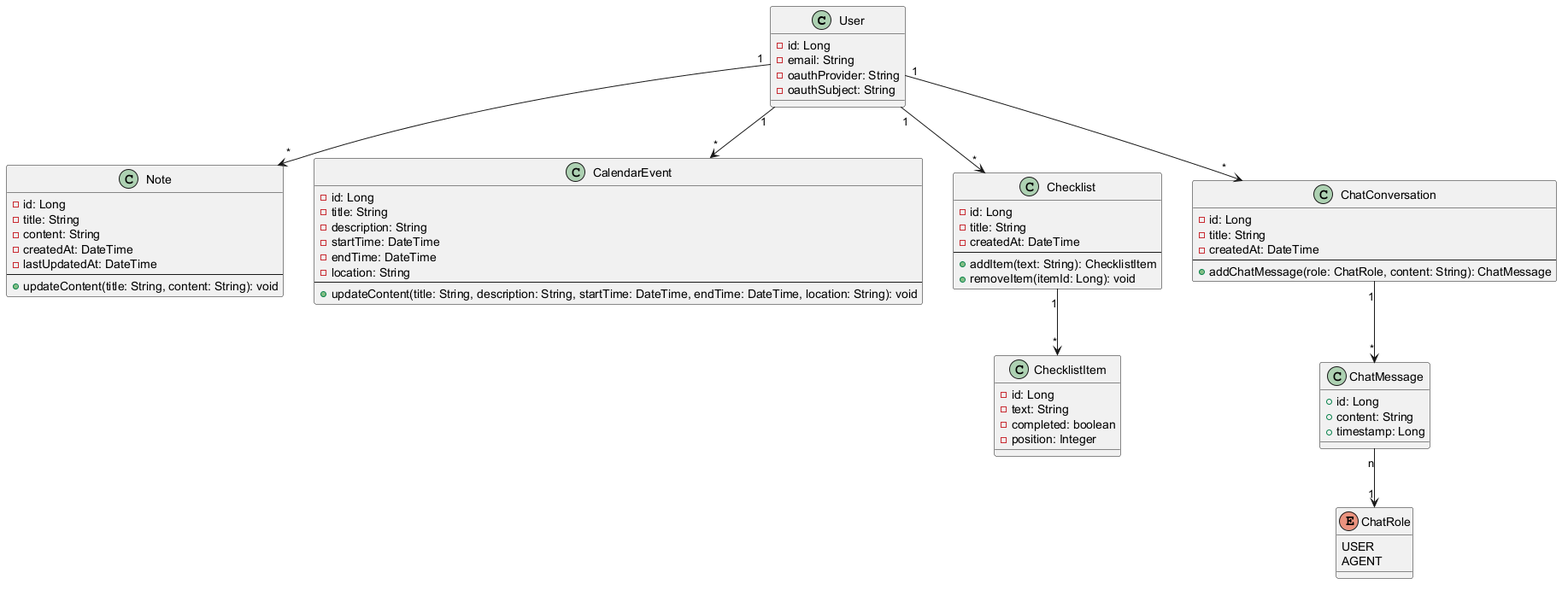
This is docs/class.png from AET-DevOps26/team-devopss26, a PlantUML export, as it was before one commit.
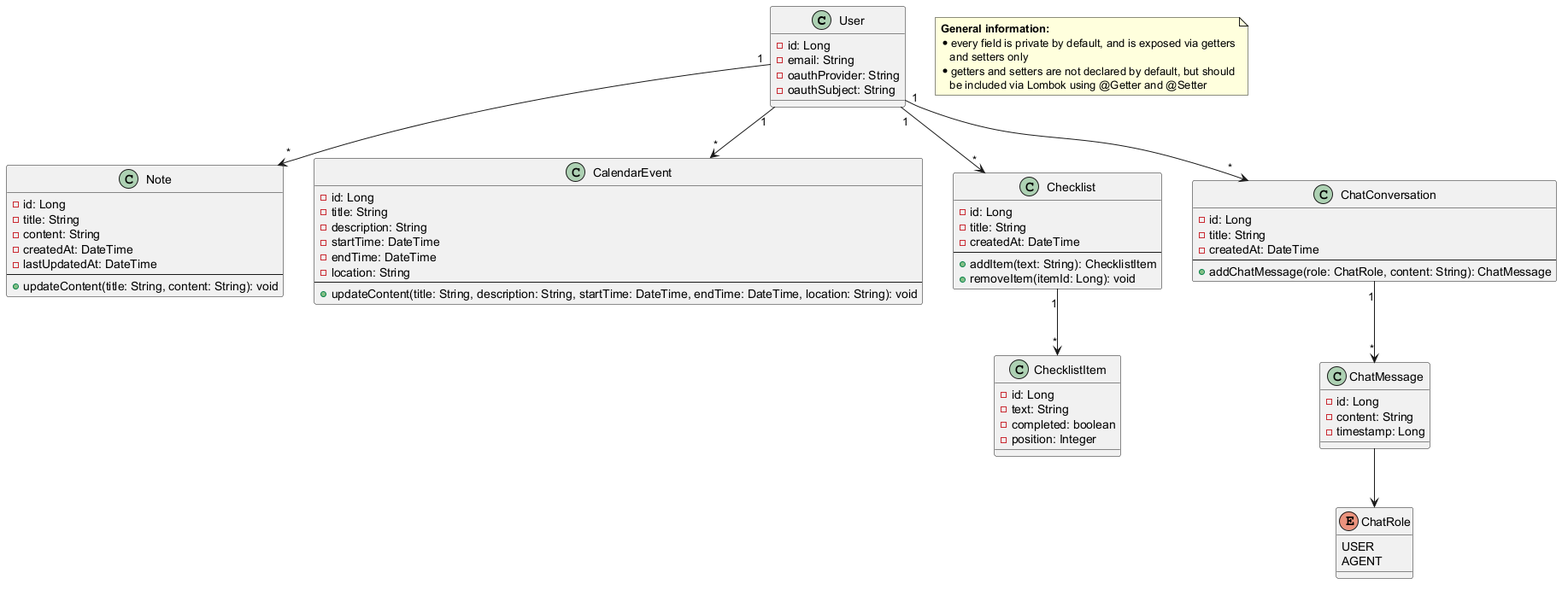
The same diagram one commit later.

Change to the diagram source:
```diff
@@ -52,9 +52,9 @@
 }
 
 class ChatMessage {
-	+ id: Long
-	+ content: String
-	+ timestamp: Long
+	- id: Long
+	- content: String
+	- timestamp: Long
 }
 
 enum ChatRole {
@@ -62,11 +62,19 @@
 	AGENT
 }
 
+note as GlobalInfo
+  **General information:**
+  * every field is private by default, and is exposed via getters
+     and setters only
+  * getters and setters are not declared by default, but should
+     be included via Lombok using @Getter and @Setter
+end note
+
 User "1" --> "*" Note
 User "1" --> "*" CalendarEvent
 User "1" --> "*" Checklist
 Checklist "1" --> "*" ChecklistItem
 User "1" --> "*" ChatConversation
 ChatConversation "1" --> "*" ChatMessage
-ChatMessage "n" --> "1" ChatRole
+ChatMessage --> ChatRole
 @enduml
```
